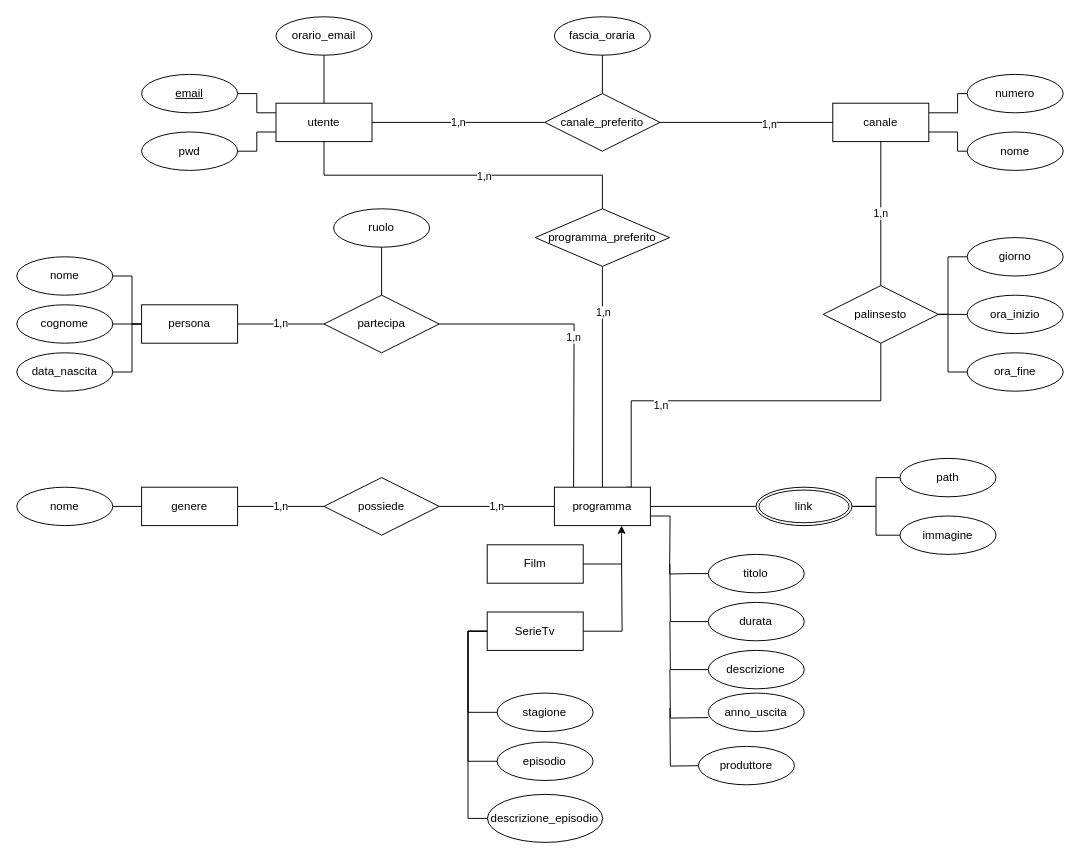
Caprielos/Lbd keeps this draw.io diagram as page "Normal" (1 of 2) of Doc/Er_Definitivo.drawio. Above is the earlier version. Source tidied: cells renumbered, new cells numbered last; positions are measured from the earlier drawing's top-left corner, leaving out a move shared by most shapes. Both pictures are drawn from the tidied source at 96%, with x=0, y=0 at pixel (16, 16).
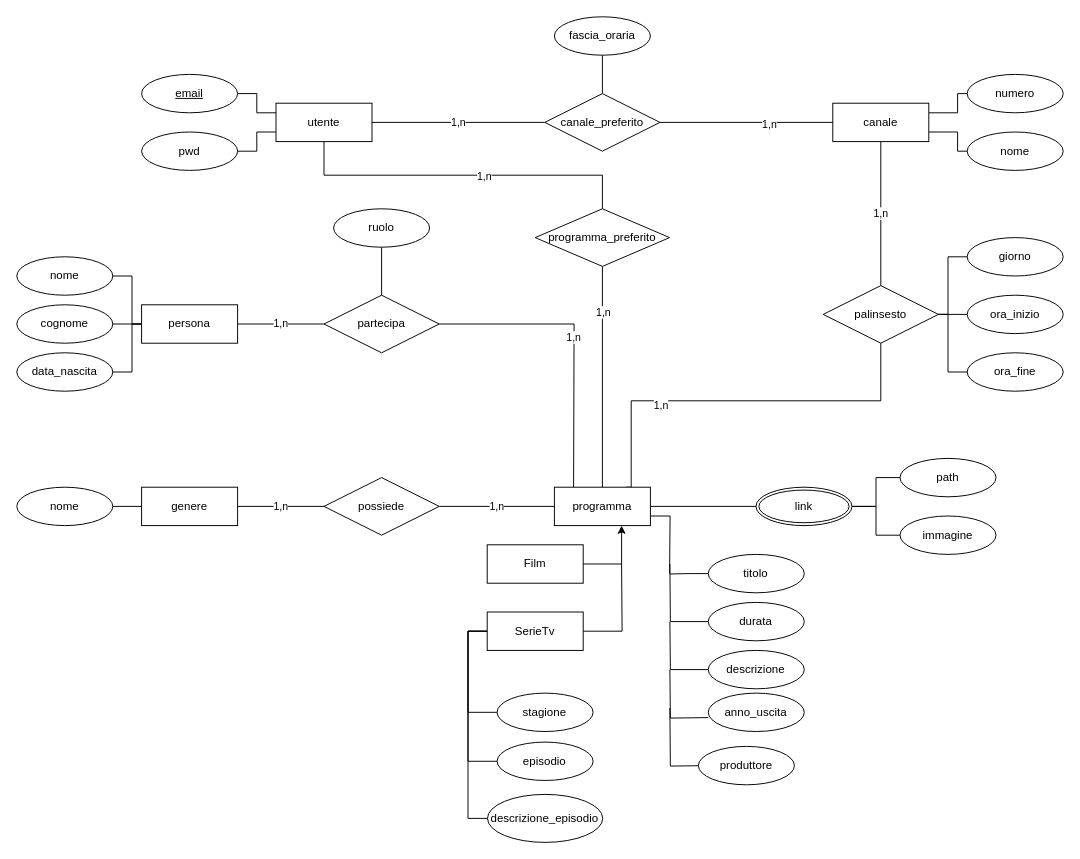
After the change.

The change refers to these unchanged cells:
```xml
<mxCell id="5" value="utente" style="whiteSpace=wrap;html=1;align=center;" parent="1" vertex="1">
  <mxGeometry x="270" y="90" width="100" height="40" as="geometry" />
</mxCell>
```

What changed in the source:
```diff
@@
-    <mxCell id="79" style="edgeStyle=orthogonalEdgeStyle;rounded=0;jettySize=auto;html=1;endArrow=none;endFill=0;" parent="1" edge="1" source="80" target="5">
-      <mxGeometry relative="1" as="geometry" />
-    </mxCell>
-    <mxCell id="80" value="orario_email" style="ellipse;whiteSpace=wrap;html=1;align=center;" parent="1" vertex="1">
-      <mxGeometry x="270" width="100" height="40" as="geometry" />
-    </mxCell>
```
